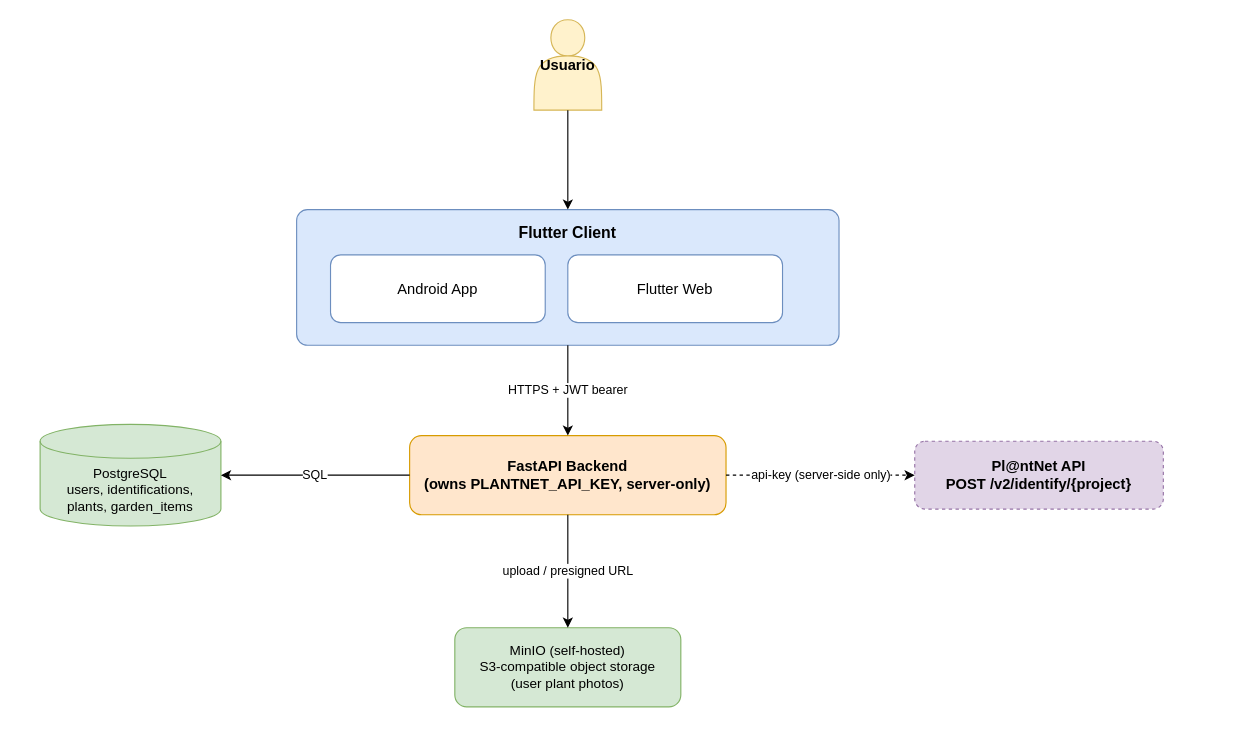
This is docs/Yvoty.drawio from gasparrivollier/rivollier-iisaia, a draw.io file, before an edit. Source tidied: cells renumbered, new cells numbered last; positions are measured from the earlier drawing's top-left corner, leaving out a move shared by most shapes. Both pictures are drawn from the tidied source at 113%, with x=0, y=0 at pixel (40, 19). Pictures stored in the file or linked from it are replaced by grey dashed boxes.
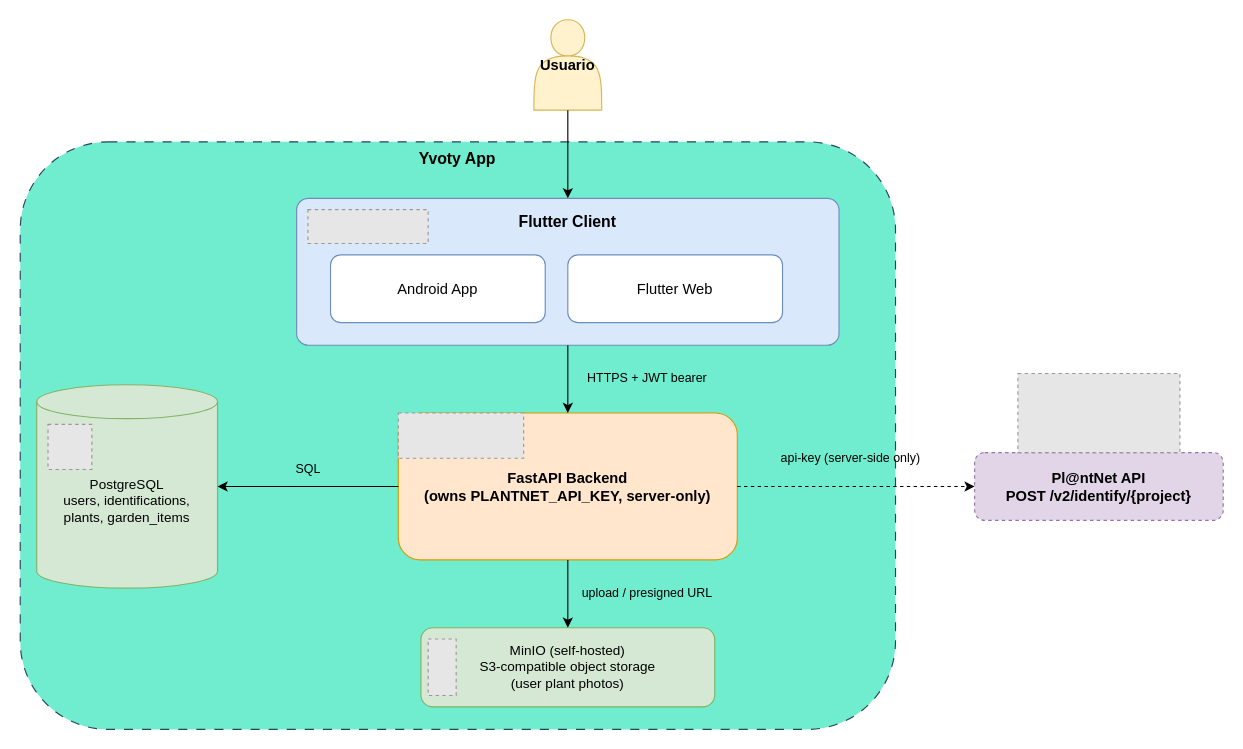
Above is the later version.

Commit message (it also covers changes not shown here):
Replace Yvoty.png with Yvoty.drawio.png for updated diagram representation

The edit, as a diff of the source:
```diff
@@
+    <mxCell id="15" value="&lt;b&gt;Yvoty App&lt;/b&gt;" style="rounded=1;whiteSpace=wrap;html=1;fillColor=#70ECCF;strokeColor=#23445d;verticalAlign=top;fontSize=14;dashed=1;dashPattern=8 8;" parent="1" vertex="1">
+      <mxGeometry x="-17.6" y="108" width="774.6" height="520" as="geometry" />
+    </mxCell>
@@
     <mxCell id="3" value="Flutter Client" style="rounded=1;whiteSpace=wrap;html=1;verticalAlign=top;fontSize=14;fontStyle=1;fillColor=#dae8fc;strokeColor=#6c8ebf;arcSize=8;spacingTop=6;" parent="1" vertex="1">
-      <mxGeometry x="227" y="168" width="480" height="120" as="geometry" />
+      <mxGeometry x="227" y="158" width="480" height="130" as="geometry" />
     </mxCell>
@@
     <mxCell id="6" value="FastAPI Backend&#10;(owns PLANTNET_API_KEY, server-only)" style="rounded=1;whiteSpace=wrap;html=1;fillColor=#ffe6cc;strokeColor=#d79b00;fontSize=13;fontStyle=1;" parent="1" vertex="1">
-      <mxGeometry x="327" y="368" width="280" height="70" as="geometry" />
+      <mxGeometry x="317" y="348" width="300" height="130" as="geometry" />
     </mxCell>
     <mxCell id="7" value="PostgreSQL&#10;users, identifications,&#10;plants, garden_items" style="shape=cylinder3;whiteSpace=wrap;html=1;boundedLbl=1;backgroundOutline=1;size=15;fillColor=#d5e8d4;strokeColor=#82b366;fontSize=12;" parent="1" vertex="1">
-      <mxGeometry y="358" width="160" height="90" as="geometry" />
+      <mxGeometry x="-3" y="323" width="160" height="180" as="geometry" />
     </mxCell>
     <mxCell id="8" value="MinIO (self-hosted)&#10;S3-compatible object storage&#10;(user plant photos)" style="rounded=1;whiteSpace=wrap;html=1;fillColor=#d5e8d4;strokeColor=#82b366;fontSize=12;" parent="1" vertex="1">
-      <mxGeometry x="367" y="538" width="200" height="70" as="geometry" />
+      <mxGeometry x="337" y="538" width="260" height="70" as="geometry" />
     </mxCell>
     <mxCell id="9" value="Pl@ntNet API&#10;POST /v2/identify/{project}" style="rounded=1;dashed=1;whiteSpace=wrap;html=1;fillColor=#e1d5e7;strokeColor=#9673a6;fontSize=13;fontStyle=1;" parent="1" vertex="1">
-      <mxGeometry x="774" y="373" width="220" height="60" as="geometry" />
+      <mxGeometry x="827" y="383" width="220" height="60" as="geometry" />
     </mxCell>
@@
-    <mxCell id="11" value="HTTPS + JWT bearer" style="fontSize=11;edgeStyle=orthogonalEdgeStyle;rounded=0;libavoidRouting=1;jettySize=auto;html=1;" parent="1" edge="1" source="3" target="6">
-      <mxGeometry relative="1" as="geometry" />
+    <mxCell id="11" value="HTTPS + JWT bearer" style="fontSize=11;edgeStyle=orthogonalEdgeStyle;rounded=0;libavoidRouting=1;jettySize=auto;html=1;labelBackgroundColor=none;" parent="1" edge="1" source="3" target="6">
+      <mxGeometry y="70" relative="1" as="geometry">
+        <mxPoint y="-1" as="offset" />
+      </mxGeometry>
     </mxCell>
-    <mxCell id="12" value="SQL" style="fontSize=11;edgeStyle=orthogonalEdgeStyle;rounded=0;libavoidRouting=1;jettySize=auto;html=1;" parent="1" edge="1" source="6" target="7">
-      <mxGeometry relative="1" as="geometry" />
+    <mxCell id="12" value="SQL" style="fontSize=11;edgeStyle=orthogonalEdgeStyle;rounded=0;libavoidRouting=1;jettySize=auto;html=1;labelBackgroundColor=none;" parent="1" edge="1" source="6" target="7">
+      <mxGeometry y="-15" relative="1" as="geometry" />
     </mxCell>
-    <mxCell id="13" value="upload / presigned URL" style="fontSize=11;edgeStyle=orthogonalEdgeStyle;rounded=0;libavoidRouting=1;jettySize=auto;html=1;" parent="1" edge="1" source="6" target="8">
-      <mxGeometry relative="1" as="geometry" />
+    <mxCell id="13" value="upload / presigned URL" style="fontSize=11;edgeStyle=orthogonalEdgeStyle;rounded=0;libavoidRouting=1;jettySize=auto;html=1;labelBackgroundColor=none;" parent="1" edge="1" source="6" target="8">
+      <mxGeometry y="70" relative="1" as="geometry">
+        <mxPoint y="-1" as="offset" />
+      </mxGeometry>
     </mxCell>
-    <mxCell id="14" value="api-key (server-side only)" style="fontSize=11;dashed=1;edgeStyle=orthogonalEdgeStyle;rounded=0;libavoidRouting=1;jettySize=auto;html=1;" parent="1" edge="1" source="6" target="9">
-      <mxGeometry relative="1" as="geometry" />
+    <mxCell id="14" value="api-key (server-side only)" style="fontSize=11;dashed=1;edgeStyle=orthogonalEdgeStyle;rounded=0;libavoidRouting=1;jettySize=auto;html=1;labelBackgroundColor=none;" parent="1" edge="1" source="6" target="9">
+      <mxGeometry x="-0.05" y="25" relative="1" as="geometry" />
     </mxCell>
+    <mxCell id="16" style="fillColor=#E6E6E6;strokeColor=#999999;dashed=1;verticalLabelPosition=bottom;verticalAlign=top;labelBackgroundColor=#6a00ff;fontColor=light-dark(#FFFFFF,#FFFFFF);" parent="1" vertex="1">
+      <mxGeometry x="237" y="168" width="106.4" height="30" as="geometry" />
+    </mxCell>
+    <mxCell id="17" style="fillColor=#E6E6E6;strokeColor=#999999;dashed=1;verticalLabelPosition=bottom;labelBackgroundColor=default;verticalAlign=top;" parent="1" vertex="1">
+      <mxGeometry x="317" y="348" width="110.9" height="40" as="geometry" />
+    </mxCell>
+    <mxCell id="18" style="fillColor=#E6E6E6;strokeColor=#999999;dashed=1;verticalLabelPosition=bottom;labelBackgroundColor=default;verticalAlign=top;" parent="1" vertex="1">
+      <mxGeometry x="343.4" y="548" width="24.8" height="50" as="geometry" />
+    </mxCell>
+    <mxCell id="19" style="fillColor=#E6E6E6;strokeColor=#999999;dashed=1;verticalLabelPosition=bottom;labelBackgroundColor=default;verticalAlign=top;" parent="1" vertex="1">
+      <mxGeometry x="865.3" y="313" width="143.4" height="70" as="geometry" />
+    </mxCell>
+    <mxCell id="20" style="fillColor=#E6E6E6;strokeColor=#999999;dashed=1;verticalLabelPosition=bottom;labelBackgroundColor=default;verticalAlign=top;" parent="1" vertex="1">
+      <mxGeometry x="7" y="358" width="38.8" height="40" as="geometry" />
+    </mxCell>
```
